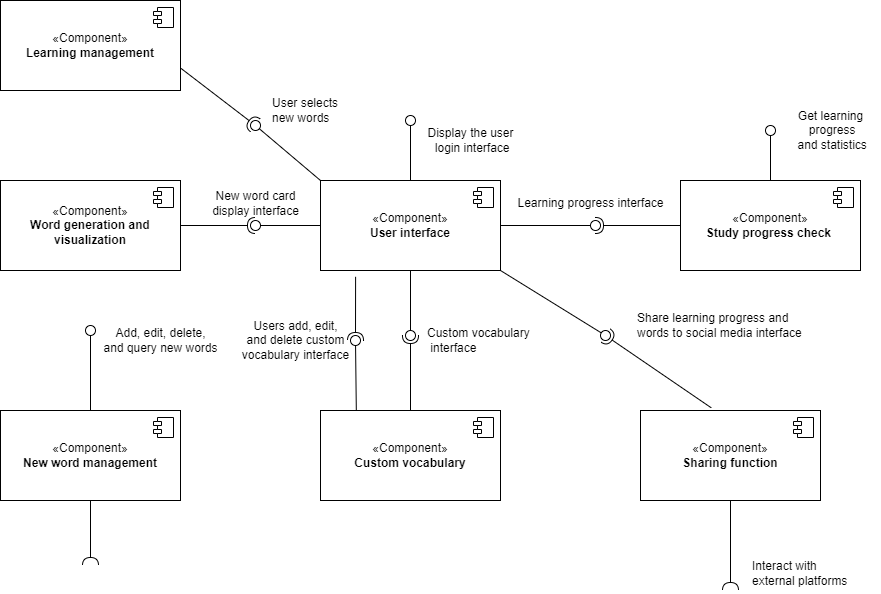
xiangxiang3451/blog_pictures keeps this draw.io diagram as component.drawio.png. Above is the earlier version. Source tidied: cells renumbered, new cells last; positions are measured from the earlier drawing's top-left corner, leaving out a move shared by most shapes.
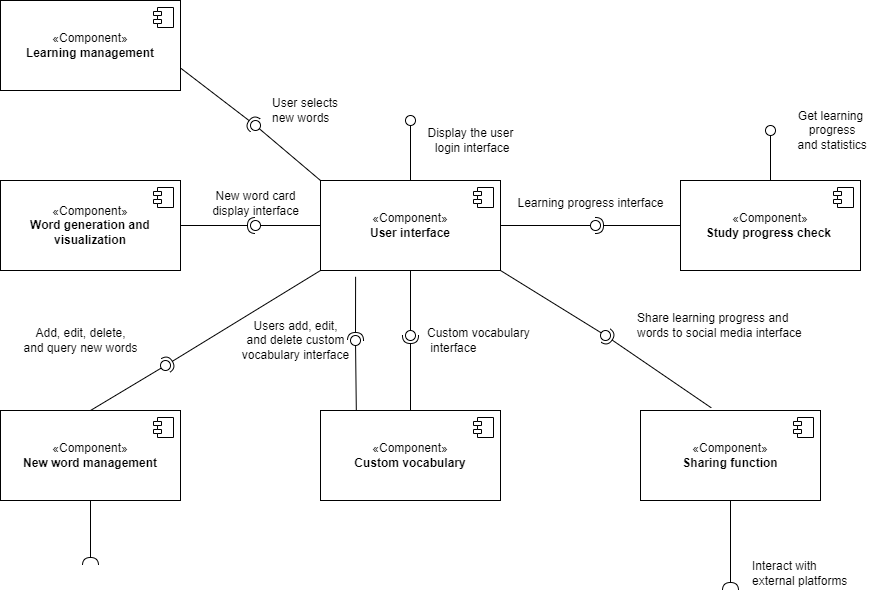
Later version of the same file.

The edit, as a diff of the source:
```diff
@@ -75,16 +75,14 @@
     <mxCell id="22" style="ellipse;whiteSpace=wrap;html=1;align=center;fillColor=none;strokeColor=none;perimeter=centerPerimeter;" parent="1" vertex="1">
       <mxGeometry x="110" y="350" width="10" height="10" as="geometry" />
     </mxCell>
-    <mxCell id="23" style="rounded=0;jettySize=auto;html=1;endArrow=oval;endFill=0;sketch=0;sourcePerimeterSpacing=0;targetPerimeterSpacing=0;endSize=10;exitX=0.5;exitY=0;exitDx=0;exitDy=0;" parent="1" edge="1" source="20">
-      <mxGeometry relative="1" as="geometry">
-        <mxPoint x="90" y="330" as="targetPoint" />
-      </mxGeometry>
+    <mxCell id="23" style="rounded=0;jettySize=auto;html=1;endArrow=oval;endFill=0;sketch=0;sourcePerimeterSpacing=0;targetPerimeterSpacing=0;endSize=10;exitX=0.5;exitY=0;exitDx=0;exitDy=0;entryX=-0.341;entryY=0.825;entryDx=0;entryDy=0;entryPerimeter=0;" parent="1" edge="1" source="20" target="56">
+      <mxGeometry relative="1" as="geometry" />
     </mxCell>
     <mxCell id="24" style="ellipse;whiteSpace=wrap;html=1;align=center;fillColor=none;strokeColor=none;perimeter=centerPerimeter;" parent="1" vertex="1">
       <mxGeometry x="415" y="350" width="10" height="10" as="geometry" />
     </mxCell>
     <mxCell id="25" value="Add, edit, delete, &lt;br&gt;and query new words" style="text;html=1;align=center;verticalAlign=middle;strokeColor=none;fillColor=none;" parent="1" vertex="1">
-      <mxGeometry x="90" y="320" width="140" height="40" as="geometry" />
+      <mxGeometry x="10" y="320" width="140" height="40" as="geometry" />
     </mxCell>
     <mxCell id="26" style="rounded=0;jettySize=auto;html=1;endArrow=halfCircle;endFill=0;endSize=6;strokeWidth=1;sketch=0;fontSize=12;curved=1;exitX=0.5;exitY=1;exitDx=0;exitDy=0;" parent="1" edge="1" source="20" target="27">
       <mxGeometry relative="1" as="geometry" />
@@ -183,5 +181,11 @@
     <mxCell id="54" value="User selects &lt;br&gt;new words" style="text;html=1;align=left;verticalAlign=middle;strokeColor=none;fillColor=none;" parent="1" vertex="1">
       <mxGeometry x="270" y="90" width="90" height="40" as="geometry" />
     </mxCell>
+    <mxCell id="55" style="rounded=0;jettySize=auto;html=1;endArrow=halfCircle;endFill=0;endSize=6;strokeWidth=1;sketch=0;fontSize=12;curved=1;exitX=0;exitY=1;exitDx=0;exitDy=0;" parent="1" edge="1" source="2" target="56">
+      <mxGeometry relative="1" as="geometry" />
+    </mxCell>
+    <mxCell id="56" style="ellipse;whiteSpace=wrap;html=1;align=center;fillColor=none;strokeColor=none;perimeter=centerPerimeter;points=[];outlineConnect=1;" parent="1" vertex="1">
+      <mxGeometry x="160" y="360" width="10" height="10" as="geometry" />
+    </mxCell>
   </root>
 </mxGraphModel>
```
